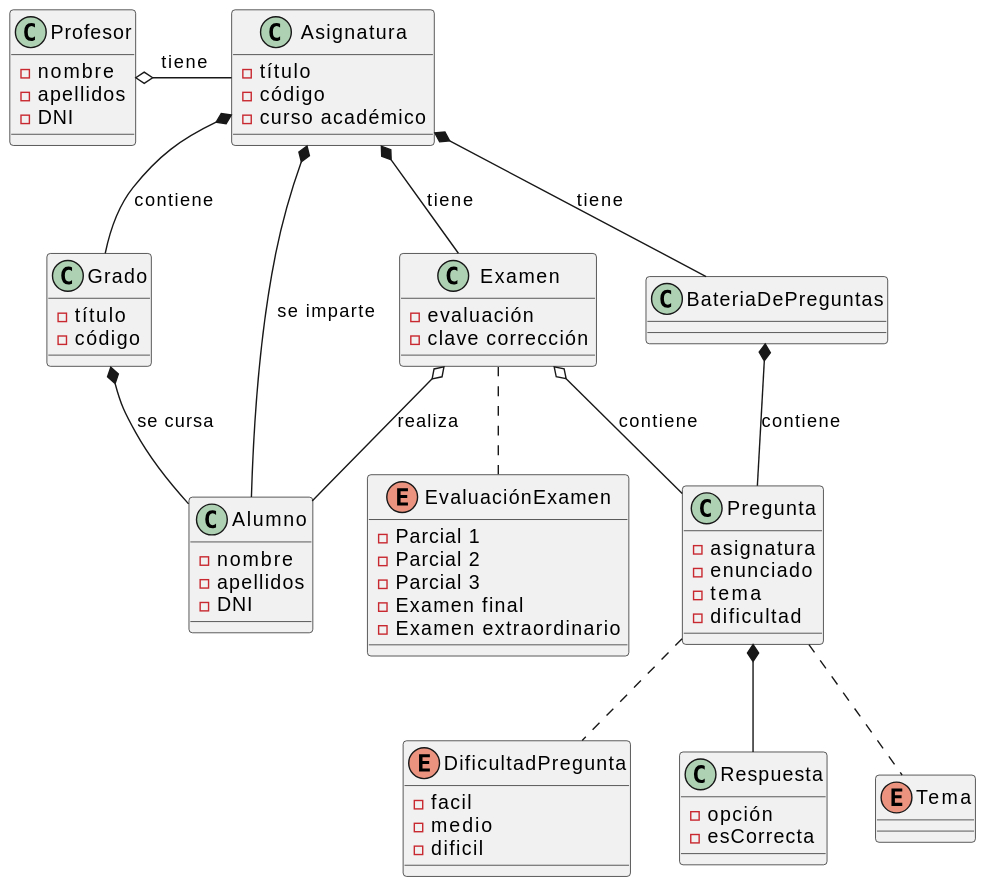
Above: documents/modelos/diagramas/diagramaEntidad/diagramaEntidad.svg in martinlopez7/25-26-IdSw1-SdR (PlantUML), before the change.
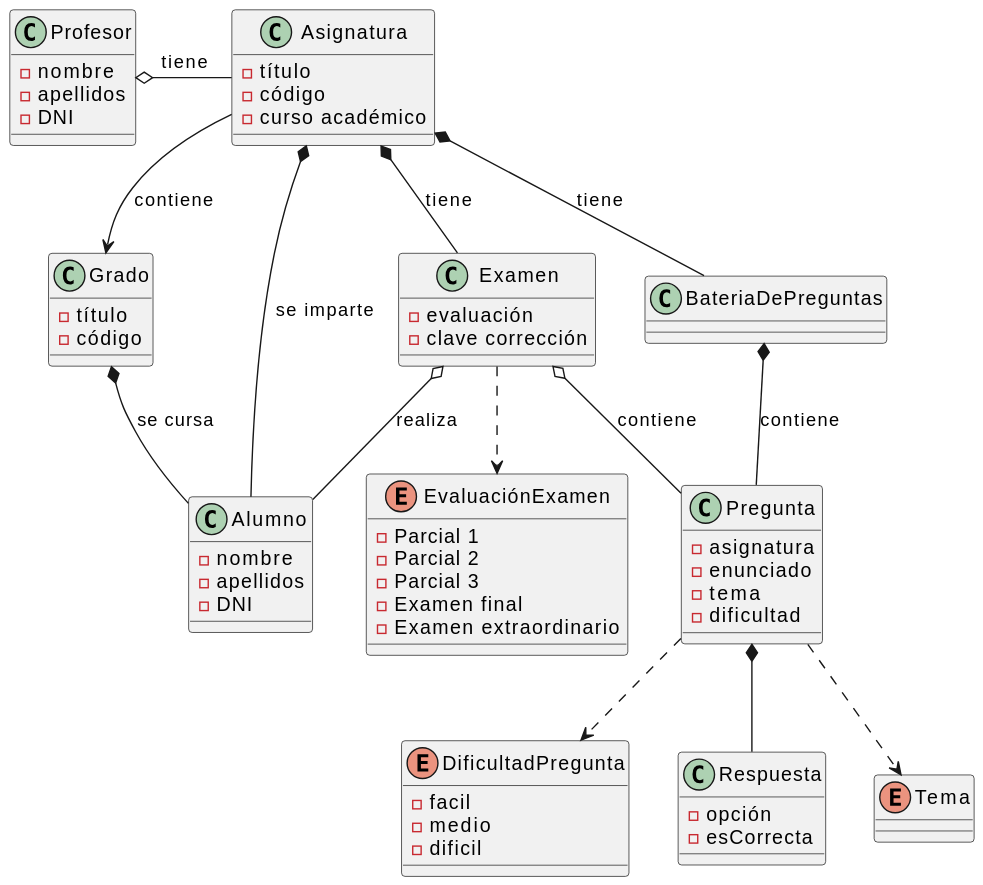
Above is the later version.

Commit message:
fix(mdd): Corrección diagrama en base a la última reunión [refs #66]

The edit, as a diff of the source:
```diff
@@ -52,16 +52,16 @@
 }
 
 Respuesta -u-* Pregunta
-Pregunta .. DificultadPregunta
+Pregunta ..> DificultadPregunta
 Pregunta -u-o Examen : contiene
 Pregunta -u-* BateriaDePreguntas : contiene
-Examen .. EvaluaciónExamen
+Examen ..> EvaluaciónExamen
 BateriaDePreguntas -u-* Asignatura : tiene
 Examen -u-* Asignatura : tiene
 Profesor o-r- Asignatura : tiene
-Asignatura *-- Grado : contiene
+Asignatura --> Grado : contiene
 Alumno -u-o Examen : realiza
 Alumno -u-* Asignatura : se imparte
 Alumno -u-* Grado : se cursa
-Pregunta .. Tema
+Pregunta ..> Tema
 @enduml
```
